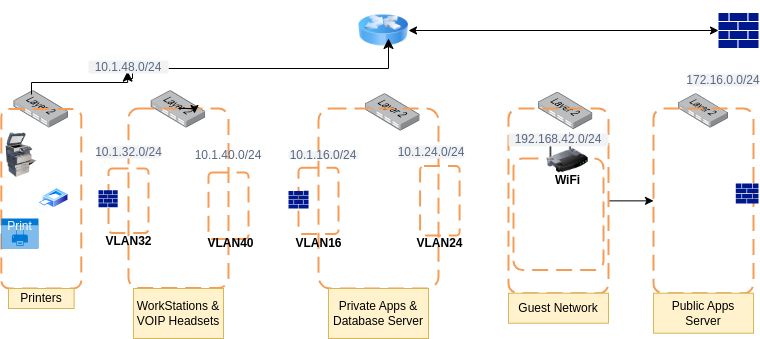
Above: secured_network_topology.drawio.png in MwarumbaH-5523/Secured_Networks_Topology (draw.io), before the change. Source tidied: cells renumbered, new cells last; positions are measured from the earlier drawing's top-left corner, leaving out a move shared by most shapes.
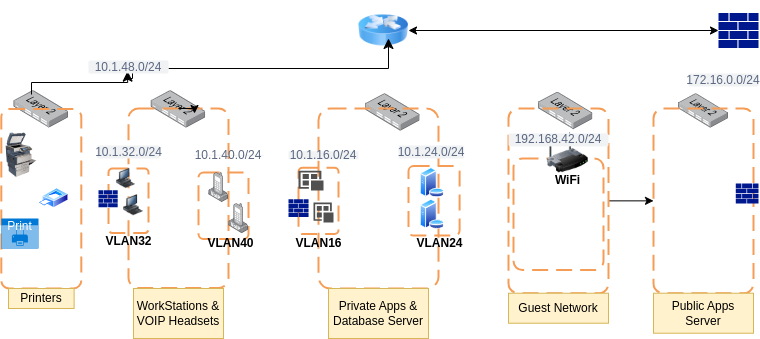
The same file after the commit.

Change to the diagram source:
```diff
@@ -51,13 +51,13 @@
       <mxGeometry x="107" y="168.1" width="40" height="64.5" as="geometry" />
     </mxCell>
     <mxCell id="18" style="rounded=1;arcSize=10;dashed=1;strokeColor=light-dark(#F59D56,#3333FF);fillColor=none;gradientColor=none;dashPattern=8 4;strokeWidth=2;" parent="1" vertex="1">
-      <mxGeometry x="207" y="172.1" width="40" height="66.4" as="geometry" />
+      <mxGeometry x="197" y="172.1" width="50" height="66.4" as="geometry" />
     </mxCell>
     <mxCell id="19" style="rounded=1;arcSize=10;dashed=1;strokeColor=light-dark(#F59D56,#FF3333);fillColor=none;gradientColor=none;dashPattern=8 4;strokeWidth=2;" parent="1" vertex="1">
       <mxGeometry x="297" y="167.2" width="40" height="66.4" as="geometry" />
     </mxCell>
     <mxCell id="20" style="rounded=1;arcSize=10;dashed=1;strokeColor=light-dark(#F59D56,#FF3333);fillColor=none;gradientColor=none;dashPattern=8 4;strokeWidth=2;" parent="1" vertex="1">
-      <mxGeometry x="418.6" y="165.6" width="39.5" height="69.5" as="geometry" />
+      <mxGeometry x="407" y="165.6" width="51.1" height="69.5" as="geometry" />
     </mxCell>
     <mxCell id="21" style="rounded=1;arcSize=10;dashed=1;strokeColor=light-dark(#F59D56,#33FF33);fillColor=none;gradientColor=none;dashPattern=8 4;strokeWidth=2;" parent="1" vertex="1">
       <mxGeometry x="512" y="158" width="90" height="111.6" as="geometry" />
@@ -143,7 +143,7 @@
       <mxGeometry x="415.9" y="240.4" width="45" height="6" as="geometry" />
     </mxCell>
     <mxCell id="46" style="sketch=0;shadow=0;dashed=0;html=1;strokeColor=none;labelPosition=center;verticalLabelPosition=bottom;verticalAlign=top;align=center;fillColor=#00188D;shape=mxgraph.mscae.enterprise.firewall;" parent="1" vertex="1">
-      <mxGeometry x="287" y="190.4" width="20.1" height="17.6" as="geometry" />
+      <mxGeometry x="287" y="198.8" width="20.1" height="17.6" as="geometry" />
     </mxCell>
     <mxCell id="47" style="sketch=0;shadow=0;dashed=0;html=1;strokeColor=none;labelPosition=center;verticalLabelPosition=bottom;verticalAlign=top;align=center;fillColor=#00188D;shape=mxgraph.mscae.enterprise.firewall;" parent="1" vertex="1">
       <mxGeometry x="97" y="189.8" width="19.2" height="16.9" as="geometry" />
@@ -151,5 +151,29 @@
     <mxCell id="48" style="sketch=0;shadow=0;dashed=0;html=1;strokeColor=none;labelPosition=center;verticalLabelPosition=bottom;verticalAlign=top;align=center;fillColor=#00188D;shape=mxgraph.mscae.enterprise.firewall;" parent="1" vertex="1">
       <mxGeometry x="734.3" y="183.1" width="22.7" height="20" as="geometry" />
     </mxCell>
+    <mxCell id="49" style="image;html=1;image=img/lib/clip_art/computers/Workstation_128x128.png;" parent="1" vertex="1">
+      <mxGeometry x="122" y="189.8" width="20" height="30" as="geometry" />
+    </mxCell>
+    <mxCell id="50" style="image;html=1;image=img/lib/clip_art/computers/Workstation_128x128.png;" parent="1" vertex="1">
+      <mxGeometry x="112" y="168.1" width="25" height="19.9" as="geometry" />
+    </mxCell>
+    <mxCell id="51" style="image;html=1;align=center;shadow=0;dashed=0;image=img/lib/allied_telesis/computer_and_terminals/VOIP_IP_phone.svg;" parent="1" vertex="1">
+      <mxGeometry x="227.3" y="203.1" width="19.7" height="30" as="geometry" />
+    </mxCell>
+    <mxCell id="52" style="image;html=1;align=center;shadow=0;dashed=0;image=img/lib/allied_telesis/computer_and_terminals/VOIP_IP_phone.svg;" parent="1" vertex="1">
+      <mxGeometry x="207.3" y="172.1" width="19.7" height="30" as="geometry" />
+    </mxCell>
+    <mxCell id="53" style="sketch=0;shadow=0;dashed=0;html=1;strokeColor=none;labelPosition=center;verticalLabelPosition=bottom;verticalAlign=top;align=center;fillColor=#505050;shape=mxgraph.mscae.intune.apps;" parent="1" vertex="1">
+      <mxGeometry x="312" y="202.1" width="20" height="20" as="geometry" />
+    </mxCell>
+    <mxCell id="54" style="sketch=0;shadow=0;dashed=0;html=1;strokeColor=none;labelPosition=center;verticalLabelPosition=bottom;verticalAlign=top;align=center;fillColor=#505050;shape=mxgraph.mscae.intune.apps;" parent="1" vertex="1">
+      <mxGeometry x="297" y="170.3" width="25" height="19.6" as="geometry" />
+    </mxCell>
+    <mxCell id="55" style="image;perimeter=ellipsePerimeter;html=1;align=center;shadow=0;dashed=0;spacingTop=3;image=img/lib/active_directory/database_server.svg;" parent="1" vertex="1">
+      <mxGeometry x="418.6" y="198.8" width="24.6" height="30" as="geometry" />
+    </mxCell>
+    <mxCell id="56" style="image;perimeter=ellipsePerimeter;html=1;align=center;shadow=0;dashed=0;spacingTop=3;image=img/lib/active_directory/database_server.svg;" parent="1" vertex="1">
+      <mxGeometry x="418.6" y="167.2" width="24.6" height="30" as="geometry" />
+    </mxCell>
   </root>
 </mxGraphModel>
```
